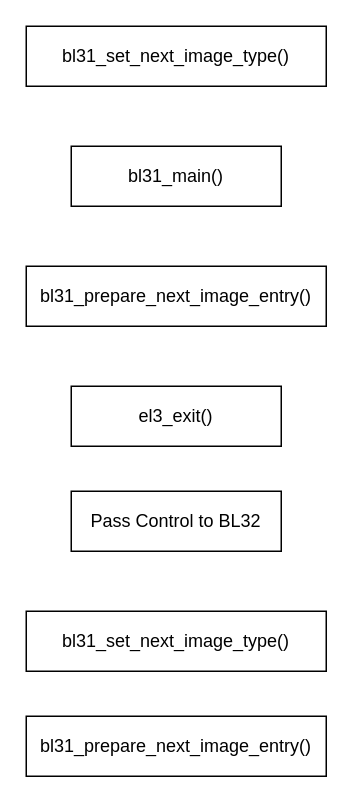
The draw.io diagram cca-workflow/bl32.drawio in EdisonE3/draw-pictures, before the edit. Source tidied: cells renumbered, new cells numbered last; positions are measured from the earlier drawing's top-left corner, leaving out a move shared by most shapes. Both pictures are drawn from the tidied source at 150%, with x=0, y=0 at pixel (26, 26).
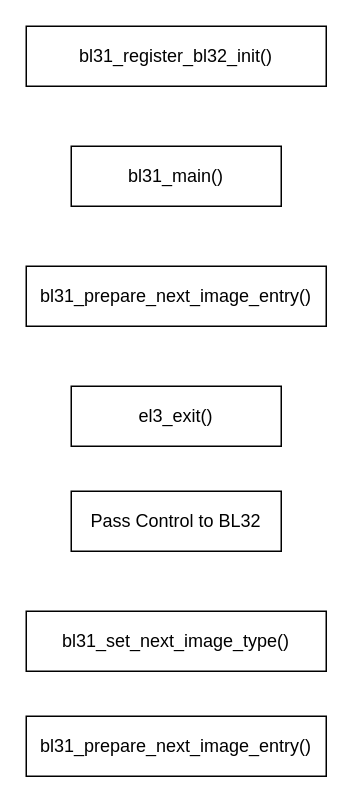
The same diagram, later.

Change to the diagram source:
```diff
@@
 <mxGraphModel>
   <root>
     <mxCell id="0" />
     <mxCell id="1" parent="0" />
-    <mxCell id="2" value="bl31_set_next_image_type()" style="rounded=0;whiteSpace=wrap;html=1;" parent="1" vertex="1">
+    <mxCell id="2" value="bl31_register_bl32_init()" style="rounded=0;whiteSpace=wrap;html=1;" parent="1" vertex="1">
       <mxGeometry width="200" height="40" as="geometry" />
     </mxCell>
     <mxCell id="3" value="bl31_main()" style="rounded=0;whiteSpace=wrap;html=1;" parent="1" vertex="1">
       <mxGeometry x="30" y="80" width="140" height="40" as="geometry" />
     </mxCell>
     <mxCell id="4" value="bl31_prepare_next_image_entry()" style="rounded=0;whiteSpace=wrap;html=1;" parent="1" vertex="1">
       <mxGeometry y="160" width="200" height="40" as="geometry" />
     </mxCell>
     <mxCell id="5" value="el3_exit()" style="rounded=0;whiteSpace=wrap;html=1;" parent="1" vertex="1">
       <mxGeometry x="30" y="240" width="140" height="40" as="geometry" />
     </mxCell>
     <mxCell id="6" value="bl31_set_next_image_type()" style="rounded=0;whiteSpace=wrap;html=1;" parent="1" vertex="1">
       <mxGeometry y="390" width="200" height="40" as="geometry" />
     </mxCell>
     <mxCell id="7" value="bl31_prepare_next_image_entry()" style="rounded=0;whiteSpace=wrap;html=1;" parent="1" vertex="1">
       <mxGeometry y="460" width="200" height="40" as="geometry" />
     </mxCell>
     <mxCell id="8" value="Pass Control to BL32" style="rounded=0;whiteSpace=wrap;html=1;" parent="1" vertex="1">
       <mxGeometry x="30" y="310" width="140" height="40" as="geometry" />
     </mxCell>
   </root>
 </mxGraphModel>
```
